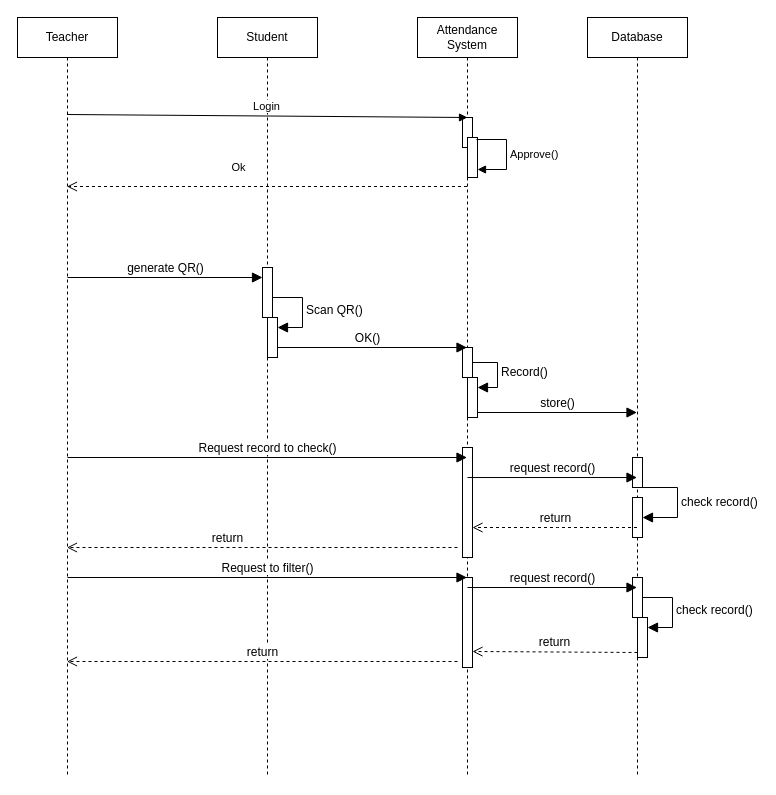
KhunMaungNgwee/InternShipProject keeps this draw.io diagram as Sequence Diagram.drawio. Above is the earlier version. Source tidied: cells renumbered, new cells numbered last; positions are measured from the earlier drawing's top-left corner, leaving out a move shared by most shapes. Both pictures are drawn from the tidied source at 100%, with x=0, y=0 at pixel (17, 17).
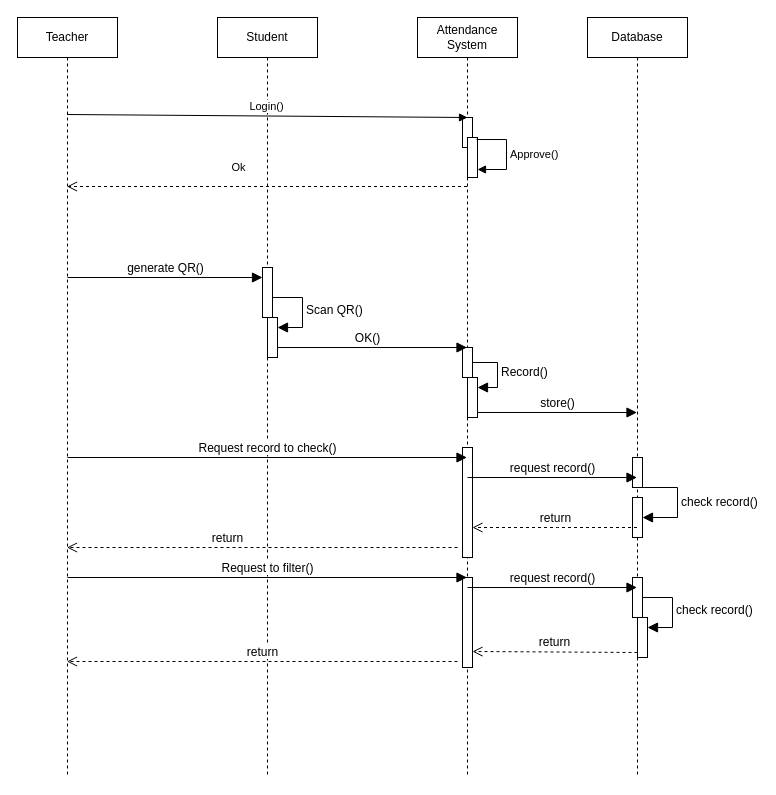
Above is the later version.

Diff of the diagram source:
```diff
@@
-    <mxCell id="22" value="Login" style="html=1;verticalAlign=bottom;endArrow=block;curved=0;rounded=0;" parent="1" edge="1">
+    <mxCell id="22" value="Login()" style="html=1;verticalAlign=bottom;endArrow=block;curved=0;rounded=0;" parent="1" edge="1">
       <mxGeometry relative="1" as="geometry">
         <mxPoint x="49.5" y="97" as="sourcePoint" />
         <mxPoint x="450" y="100" as="targetPoint" />
       </mxGeometry>
     </mxCell>
```
